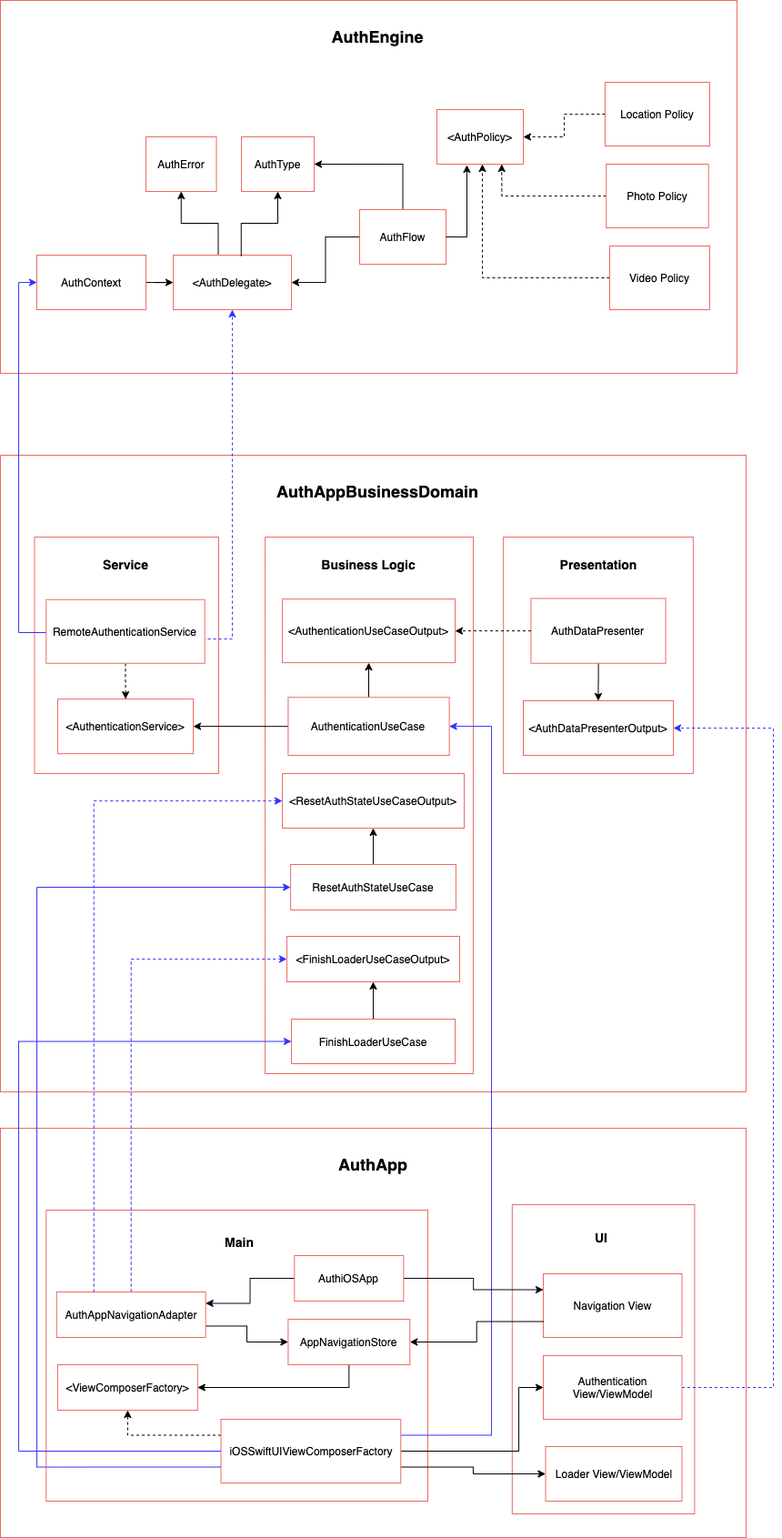
This is AuthApp.png from iashishbhandari/AuthApp, a draw.io export, as it was before one commit. Source tidied: cells renumbered, new cells last; positions are measured from the earlier drawing's top-left corner, leaving out a move shared by most shapes.
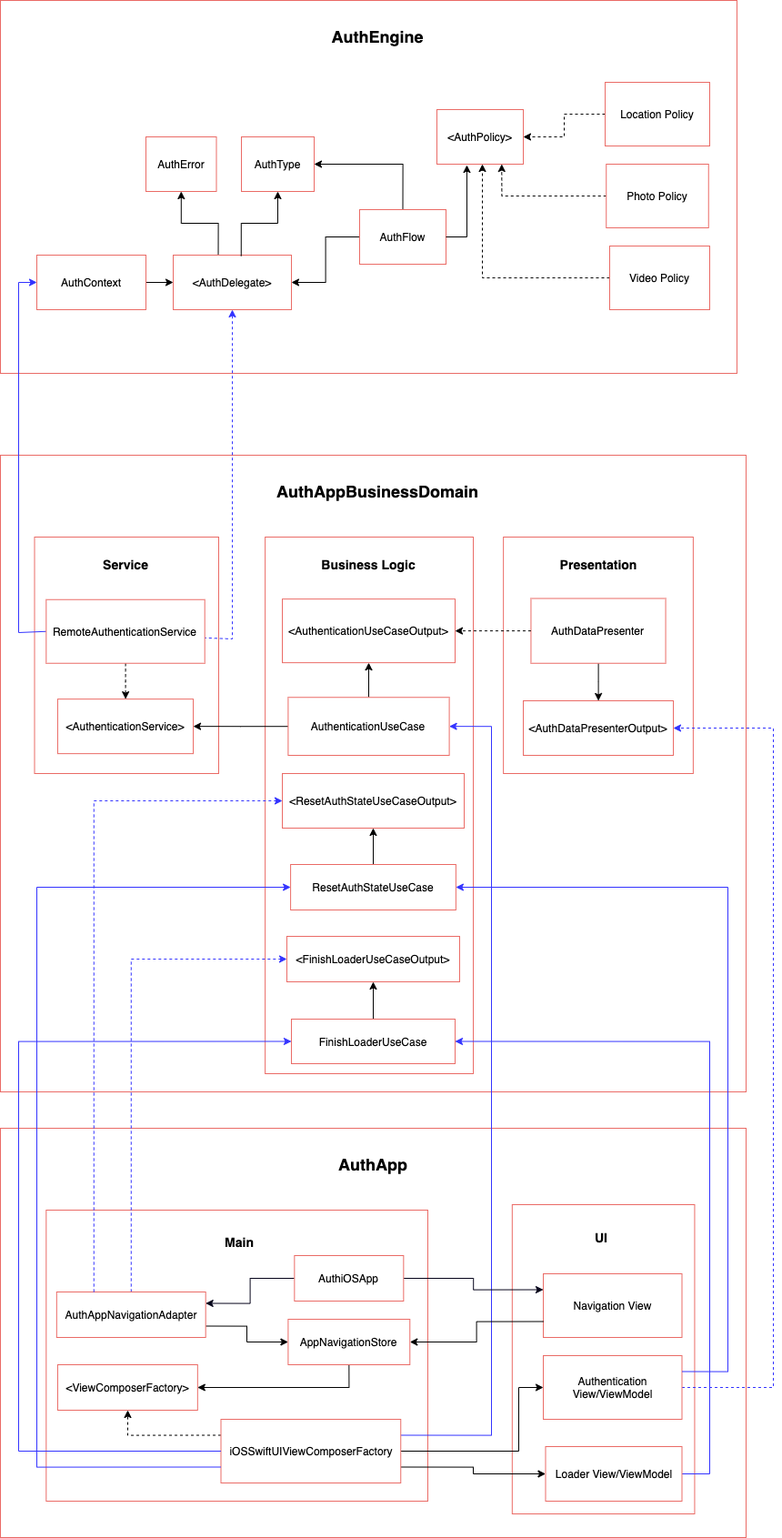
The same diagram one commit later.

Commit message:
Updated the App Flow Diagram.

The edit, as a diff of the source:
```diff
@@ -203,6 +203,14 @@
     <mxCell id="58" value="Authentication View/ViewModel" style="rounded=0;whiteSpace=wrap;html=1;strokeColor=#EA6B66;" parent="1" vertex="1">
       <mxGeometry x="597" y="1490" width="152.5" height="70" as="geometry" />
     </mxCell>
+    <mxCell id="77" style="edgeStyle=orthogonalEdgeStyle;rounded=0;jettySize=auto;html=1;entryX=1;entryY=0.5;entryDx=0;entryDy=0;strokeColor=#3333FF;" parent="1" edge="1" source="59" target="73">
+      <mxGeometry relative="1" as="geometry">
+        <Array as="points">
+          <mxPoint x="780" y="1620" />
+          <mxPoint x="780" y="1145" />
+        </Array>
+      </mxGeometry>
+    </mxCell>
     <mxCell id="59" value="Loader View/ViewModel" style="rounded=0;whiteSpace=wrap;html=1;strokeColor=#EA6B66;" parent="1" vertex="1">
       <mxGeometry x="599.5" y="1590" width="150" height="60" as="geometry" />
     </mxCell>
@@ -242,6 +250,14 @@
         </Array>
       </mxGeometry>
     </mxCell>
+    <mxCell id="78" style="edgeStyle=orthogonalEdgeStyle;rounded=0;jettySize=auto;html=1;strokeColor=#3333FF;exitX=1;exitY=0.25;exitDx=0;exitDy=0;" parent="1" edge="1" source="58" target="69">
+      <mxGeometry relative="1" as="geometry">
+        <Array as="points">
+          <mxPoint x="800" y="1508" />
+          <mxPoint x="800" y="975" />
+        </Array>
+      </mxGeometry>
+    </mxCell>
     <mxCell id="69" value="ResetAuthStateUseCase" style="rounded=0;whiteSpace=wrap;html=1;strokeColor=#EA6B66;" parent="1" vertex="1">
       <mxGeometry x="319.1" y="950" width="181.8" height="50" as="geometry" />
     </mxCell>
```
